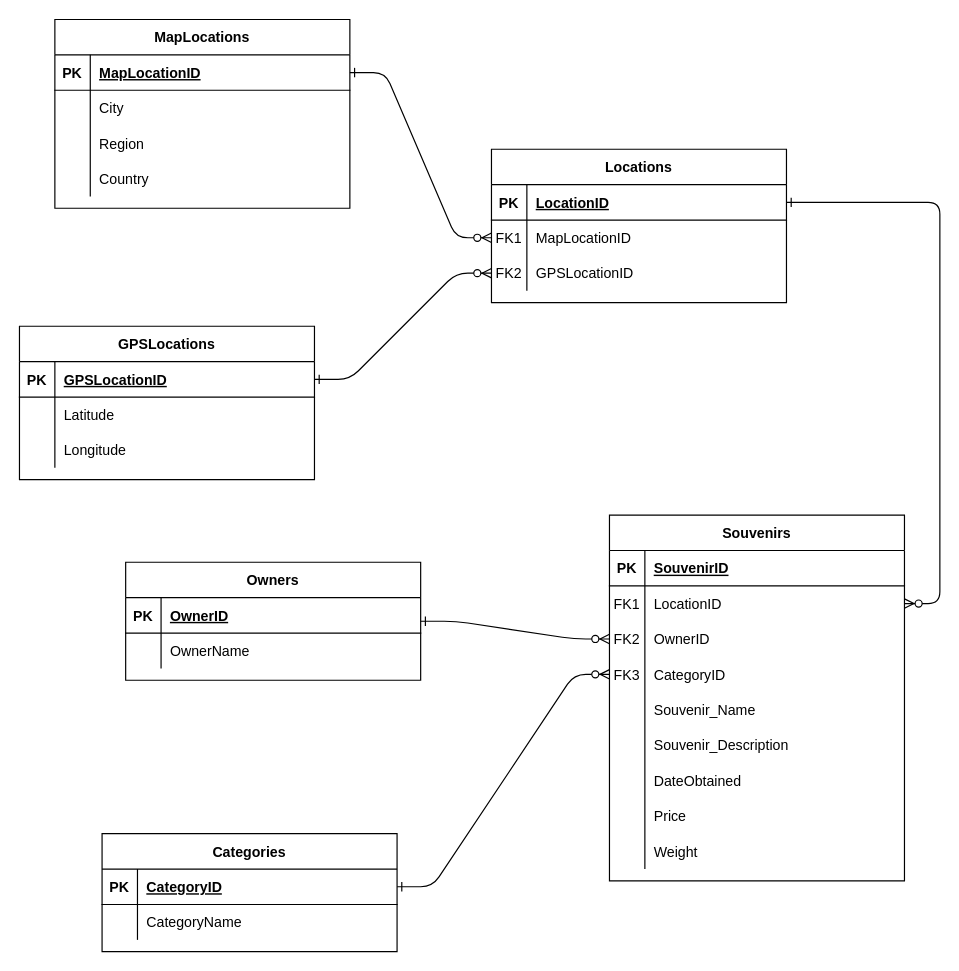
Above: InternationalSouvenirsGroupERD.drawio in wstearns19/Tools-for-Data-Science (draw.io), before the change. Source tidied: cells renumbered, new cells numbered last; positions are measured from the earlier drawing's top-left corner, leaving out a move shared by most shapes. Both pictures are drawn from the tidied source at 118%, with x=0, y=0 at pixel (19, 19).
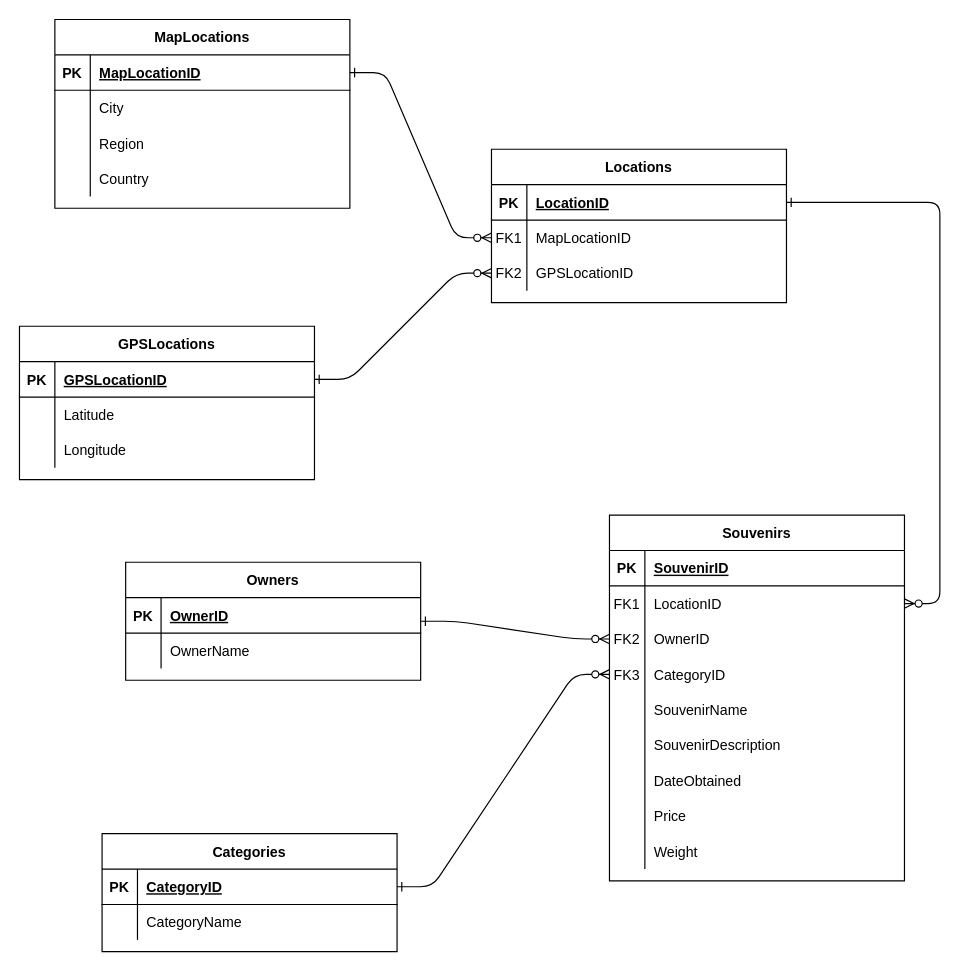
After the change.

The change refers to these unchanged cells:
```xml
<mxCell id="27" style="shape=partialRectangle;fillColor=none;top=0;left=0;right=0;bottom=0;" parent="14" vertex="1">
  <mxGeometry y="150" width="250" height="30" as="geometry" />
</mxCell>
<mxCell id="30" style="shape=partialRectangle;fillColor=none;top=0;left=0;right=0;bottom=0;" parent="14" vertex="1">
  <mxGeometry y="180" width="250" height="30" as="geometry" />
</mxCell>
```

What changed in the source:
```diff
@@
-    <mxCell id="29" value="Souvenir_Name" style="shape=partialRectangle;overflow=hidden;fillColor=none;top=0;left=0;bottom=0;right=0;align=left;spacingLeft=6;" parent="27" vertex="1">
+    <mxCell id="29" value="SouvenirName" style="shape=partialRectangle;overflow=hidden;fillColor=none;top=0;left=0;bottom=0;right=0;align=left;spacingLeft=6;" parent="27" vertex="1">
       <mxGeometry x="30" width="220" height="30" as="geometry" />
     </mxCell>
@@
-    <mxCell id="32" value="Souvenir_Description" style="shape=partialRectangle;overflow=hidden;fillColor=none;top=0;left=0;bottom=0;right=0;align=left;spacingLeft=6;" parent="30" vertex="1">
+    <mxCell id="32" value="SouvenirDescription" style="shape=partialRectangle;overflow=hidden;fillColor=none;top=0;left=0;bottom=0;right=0;align=left;spacingLeft=6;" parent="30" vertex="1">
       <mxGeometry x="30" width="220" height="30" as="geometry" />
     </mxCell>
```
